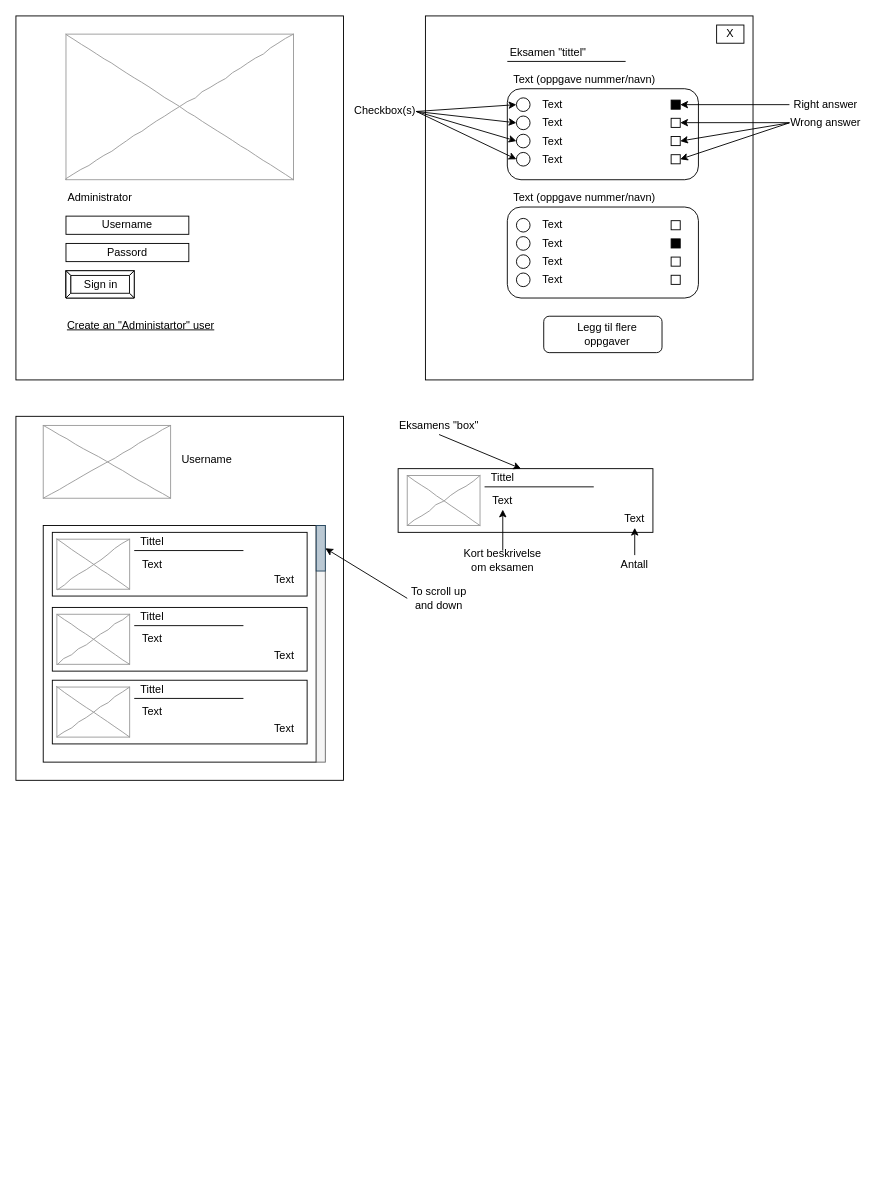
This is Oppgave_1/Oppgave_3.drawio from Hawski/Webapplikasjoner, a draw.io file, before an edit. Source tidied: cells renumbered, new cells numbered last; positions are measured from the earlier drawing's top-left corner, leaving out a move shared by most shapes. Both pictures are drawn from the tidied source at 91%, with x=0, y=0 at pixel (15, 15).
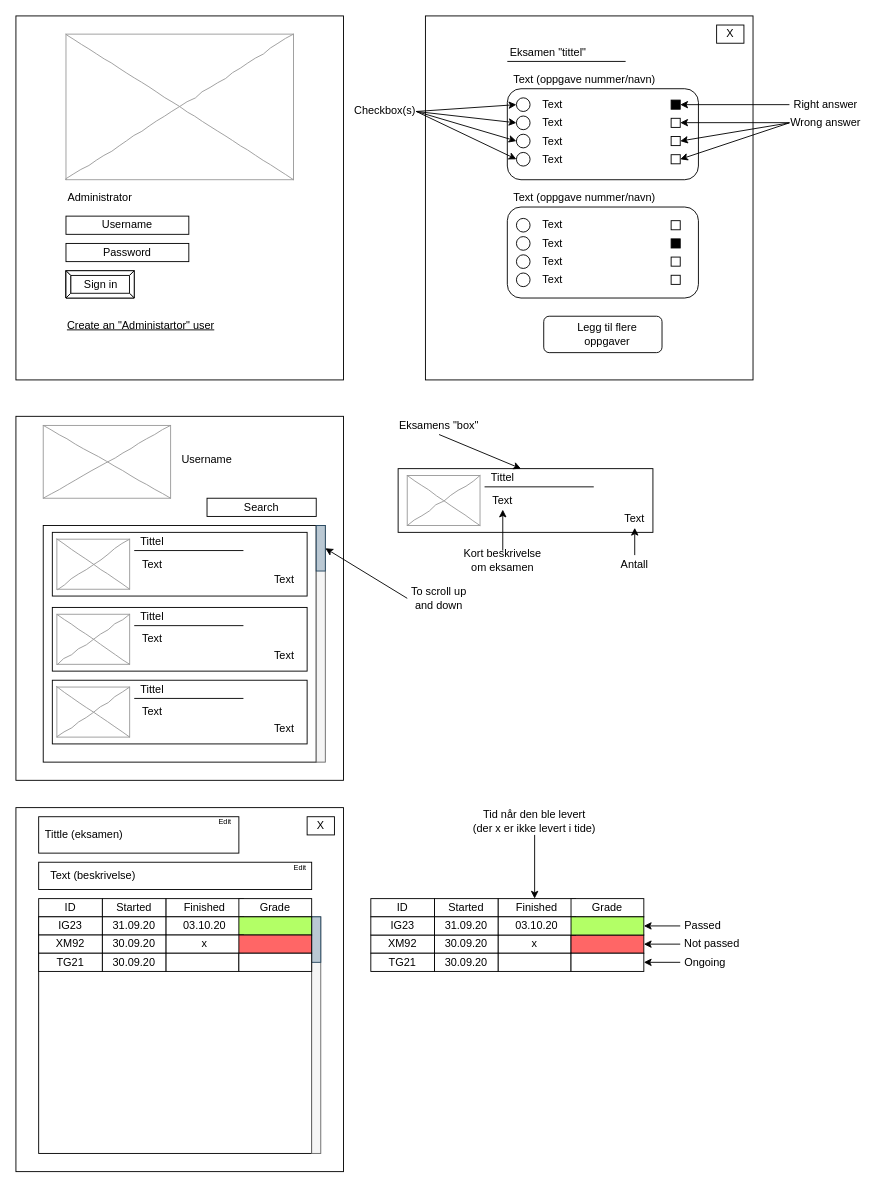
After the change.

Change to the diagram source:
```diff
@@
-    <mxCell id="6" value="Passord" style="rounded=0;whiteSpace=wrap;html=1;" parent="1" vertex="1">
+    <mxCell id="6" value="Password" style="rounded=0;whiteSpace=wrap;html=1;" parent="1" vertex="1">
       <mxGeometry x="55" y="250" width="135" height="20" as="geometry" />
     </mxCell>
@@
+    <mxCell id="92" style="rounded=0;whiteSpace=wrap;html=1;" parent="1" vertex="1">
+      <mxGeometry y="870" width="360" height="400" as="geometry" />
+    </mxCell>
+    <mxCell id="93" value="Search" style="rounded=0;whiteSpace=wrap;html=1;fillColor=#FFFFFF;" parent="1" vertex="1">
+      <mxGeometry x="210" y="530" width="120" height="20" as="geometry" />
+    </mxCell>
+    <mxCell id="94" style="rounded=0;whiteSpace=wrap;html=1;fillColor=#FFFFFF;" parent="1" vertex="1">
+      <mxGeometry x="25" y="990" width="300" height="260" as="geometry" />
+    </mxCell>
+    <mxCell id="95" style="rounded=0;whiteSpace=wrap;html=1;fillColor=#f5f5f5;strokeColor=#666666;fontColor=#333333;" parent="1" vertex="1">
+      <mxGeometry x="325" y="990" width="10" height="260" as="geometry" />
+    </mxCell>
+    <mxCell id="96" style="rounded=0;whiteSpace=wrap;html=1;fillColor=#bac8d3;strokeColor=#23445d;" parent="1" vertex="1">
+      <mxGeometry x="325" y="990" width="10" height="50" as="geometry" />
+    </mxCell>
+    <mxCell id="97" style="rounded=0;whiteSpace=wrap;html=1;fillColor=#FFFFFF;" parent="1" vertex="1">
+      <mxGeometry x="25" y="880" width="220" height="40" as="geometry" />
+    </mxCell>
+    <mxCell id="98" value="Tittle (eksamen)" style="text;html=1;strokeColor=none;fillColor=none;align=center;verticalAlign=middle;whiteSpace=wrap;rounded=0;" parent="1" vertex="1">
+      <mxGeometry x="25" y="880" width="100" height="40" as="geometry" />
+    </mxCell>
+    <mxCell id="99" value="&lt;font style=&quot;font-size: 8px&quot;&gt;Edit&lt;/font&gt;" style="text;html=1;strokeColor=none;fillColor=none;align=center;verticalAlign=middle;whiteSpace=wrap;rounded=0;" parent="1" vertex="1">
+      <mxGeometry x="215" y="880" width="30" height="10" as="geometry" />
+    </mxCell>
+    <mxCell id="100" value="ID" style="rounded=0;whiteSpace=wrap;html=1;fillColor=#FFFFFF;" parent="1" vertex="1">
+      <mxGeometry x="25" y="970" width="70" height="20" as="geometry" />
+    </mxCell>
+    <mxCell id="101" value="Started" style="rounded=0;whiteSpace=wrap;html=1;fillColor=#FFFFFF;" parent="1" vertex="1">
+      <mxGeometry x="95" y="970" width="70" height="20" as="geometry" />
+    </mxCell>
+    <mxCell id="102" value="Finished" style="rounded=0;whiteSpace=wrap;html=1;fillColor=#FFFFFF;" parent="1" vertex="1">
+      <mxGeometry x="165" y="970" width="85" height="20" as="geometry" />
+    </mxCell>
+    <mxCell id="103" value="Grade" style="rounded=0;whiteSpace=wrap;html=1;fillColor=#FFFFFF;" parent="1" vertex="1">
+      <mxGeometry x="245" y="970" width="80" height="20" as="geometry" />
+    </mxCell>
+    <mxCell id="104" value="ID" style="rounded=0;whiteSpace=wrap;html=1;fillColor=#FFFFFF;" parent="1" vertex="1">
+      <mxGeometry x="390" y="970" width="70" height="20" as="geometry" />
+    </mxCell>
+    <mxCell id="105" value="Started" style="rounded=0;whiteSpace=wrap;html=1;fillColor=#FFFFFF;" parent="1" vertex="1">
+      <mxGeometry x="460" y="970" width="70" height="20" as="geometry" />
+    </mxCell>
+    <mxCell id="106" value="Finished" style="rounded=0;whiteSpace=wrap;html=1;fillColor=#FFFFFF;" parent="1" vertex="1">
+      <mxGeometry x="530" y="970" width="85" height="20" as="geometry" />
+    </mxCell>
+    <mxCell id="107" value="Grade" style="rounded=0;whiteSpace=wrap;html=1;fillColor=#FFFFFF;" parent="1" vertex="1">
+      <mxGeometry x="610" y="970" width="80" height="20" as="geometry" />
+    </mxCell>
+    <mxCell id="108" value="IG23" style="rounded=0;whiteSpace=wrap;html=1;fillColor=#FFFFFF;" parent="1" vertex="1">
+      <mxGeometry x="25" y="990" width="70" height="20" as="geometry" />
+    </mxCell>
+    <mxCell id="109" value="31.09.20" style="rounded=0;whiteSpace=wrap;html=1;fillColor=#FFFFFF;" parent="1" vertex="1">
+      <mxGeometry x="95" y="990" width="70" height="20" as="geometry" />
+    </mxCell>
+    <mxCell id="110" value="03.10.20" style="rounded=0;whiteSpace=wrap;html=1;fillColor=#FFFFFF;" parent="1" vertex="1">
+      <mxGeometry x="165" y="990" width="85" height="20" as="geometry" />
+    </mxCell>
+    <mxCell id="111" style="rounded=0;whiteSpace=wrap;html=1;fillColor=#B3FF66;" parent="1" vertex="1">
+      <mxGeometry x="245" y="990" width="80" height="20" as="geometry" />
+    </mxCell>
+    <mxCell id="112" value="XM92" style="rounded=0;whiteSpace=wrap;html=1;fillColor=#FFFFFF;" parent="1" vertex="1">
+      <mxGeometry x="390" y="1010" width="70" height="20" as="geometry" />
+    </mxCell>
+    <mxCell id="113" value="30.09.20" style="rounded=0;whiteSpace=wrap;html=1;fillColor=#FFFFFF;" parent="1" vertex="1">
+      <mxGeometry x="460" y="1010" width="70" height="20" as="geometry" />
+    </mxCell>
+    <mxCell id="114" value="x" style="rounded=0;whiteSpace=wrap;html=1;fillColor=#FFFFFF;" parent="1" vertex="1">
+      <mxGeometry x="530" y="1010" width="80" height="20" as="geometry" />
+    </mxCell>
+    <mxCell id="115" style="rounded=0;whiteSpace=wrap;html=1;fillColor=#FF6666;" parent="1" vertex="1">
+      <mxGeometry x="610" y="1010" width="80" height="20" as="geometry" />
+    </mxCell>
+    <mxCell id="116" value="XM92" style="rounded=0;whiteSpace=wrap;html=1;fillColor=#FFFFFF;" parent="1" vertex="1">
+      <mxGeometry x="25" y="1010" width="70" height="20" as="geometry" />
+    </mxCell>
+    <mxCell id="117" value="30.09.20" style="rounded=0;whiteSpace=wrap;html=1;fillColor=#FFFFFF;" parent="1" vertex="1">
+      <mxGeometry x="95" y="1010" width="70" height="20" as="geometry" />
+    </mxCell>
+    <mxCell id="118" value="x" style="rounded=0;whiteSpace=wrap;html=1;fillColor=#FFFFFF;" parent="1" vertex="1">
+      <mxGeometry x="165" y="1010" width="85" height="20" as="geometry" />
+    </mxCell>
+    <mxCell id="119" style="rounded=0;whiteSpace=wrap;html=1;fillColor=#FF6666;" parent="1" vertex="1">
+      <mxGeometry x="245" y="1010" width="80" height="20" as="geometry" />
+    </mxCell>
+    <mxCell id="120" value="IG23" style="rounded=0;whiteSpace=wrap;html=1;fillColor=#FFFFFF;" parent="1" vertex="1">
+      <mxGeometry x="390" y="990" width="70" height="20" as="geometry" />
+    </mxCell>
+    <mxCell id="121" value="31.09.20" style="rounded=0;whiteSpace=wrap;html=1;fillColor=#FFFFFF;" parent="1" vertex="1">
+      <mxGeometry x="460" y="990" width="70" height="20" as="geometry" />
+    </mxCell>
+    <mxCell id="122" value="03.10.20" style="rounded=0;whiteSpace=wrap;html=1;fillColor=#FFFFFF;" parent="1" vertex="1">
+      <mxGeometry x="530" y="990" width="85" height="20" as="geometry" />
+    </mxCell>
+    <mxCell id="123" style="rounded=0;whiteSpace=wrap;html=1;fillColor=#B3FF66;" parent="1" vertex="1">
+      <mxGeometry x="610" y="990" width="80" height="20" as="geometry" />
+    </mxCell>
+    <mxCell id="124" value="TG21" style="rounded=0;whiteSpace=wrap;html=1;fillColor=#FFFFFF;" parent="1" vertex="1">
+      <mxGeometry x="390" y="1030" width="70" height="20" as="geometry" />
+    </mxCell>
+    <mxCell id="125" value="30.09.20" style="rounded=0;whiteSpace=wrap;html=1;fillColor=#FFFFFF;" parent="1" vertex="1">
+      <mxGeometry x="460" y="1030" width="70" height="20" as="geometry" />
+    </mxCell>
+    <mxCell id="126" style="rounded=0;whiteSpace=wrap;html=1;fillColor=#FFFFFF;" parent="1" vertex="1">
+      <mxGeometry x="530" y="1030" width="80" height="20" as="geometry" />
+    </mxCell>
+    <mxCell id="127" style="rounded=0;whiteSpace=wrap;html=1;" parent="1" vertex="1">
+      <mxGeometry x="610" y="1030" width="80" height="20" as="geometry" />
+    </mxCell>
+    <mxCell id="128" value="TG21" style="rounded=0;whiteSpace=wrap;html=1;fillColor=#FFFFFF;" parent="1" vertex="1">
+      <mxGeometry x="25" y="1030" width="70" height="20" as="geometry" />
+    </mxCell>
+    <mxCell id="129" value="30.09.20" style="rounded=0;whiteSpace=wrap;html=1;fillColor=#FFFFFF;" parent="1" vertex="1">
+      <mxGeometry x="95" y="1030" width="70" height="20" as="geometry" />
+    </mxCell>
+    <mxCell id="130" style="rounded=0;whiteSpace=wrap;html=1;fillColor=#FFFFFF;" parent="1" vertex="1">
+      <mxGeometry x="165" y="1030" width="80" height="20" as="geometry" />
+    </mxCell>
+    <mxCell id="131" style="rounded=0;whiteSpace=wrap;html=1;" parent="1" vertex="1">
+      <mxGeometry x="245" y="1030" width="80" height="20" as="geometry" />
+    </mxCell>
+    <mxCell id="132" style="endArrow=classic;html=1;entryX=1;entryY=0.5;entryDx=0;entryDy=0;exitX=0;exitY=0.5;exitDx=0;exitDy=0;" parent="1" edge="1" source="133" target="123">
+      <mxGeometry relative="1" as="geometry" />
+    </mxCell>
+    <mxCell id="133" value="Passed" style="text;html=1;strokeColor=none;fillColor=none;align=center;verticalAlign=middle;whiteSpace=wrap;rounded=0;" parent="1" vertex="1">
+      <mxGeometry x="730" y="990" width="50" height="20" as="geometry" />
+    </mxCell>
+    <mxCell id="134" value="Not passed" style="text;html=1;strokeColor=none;fillColor=none;align=center;verticalAlign=middle;whiteSpace=wrap;rounded=0;" parent="1" vertex="1">
+      <mxGeometry x="730" y="1010" width="70" height="20" as="geometry" />
+    </mxCell>
+    <mxCell id="135" style="endArrow=classic;html=1;entryX=1;entryY=0.5;entryDx=0;entryDy=0;exitX=0;exitY=0.5;exitDx=0;exitDy=0;" parent="1" edge="1" source="134" target="115">
+      <mxGeometry relative="1" as="geometry" />
+    </mxCell>
+    <mxCell id="136" style="endArrow=classic;html=1;entryX=1;entryY=0.5;entryDx=0;entryDy=0;exitX=0;exitY=0.5;exitDx=0;exitDy=0;" parent="1" edge="1" source="137" target="127">
+      <mxGeometry relative="1" as="geometry" />
+    </mxCell>
+    <mxCell id="137" value="Ongoing" style="text;html=1;strokeColor=none;fillColor=none;align=center;verticalAlign=middle;whiteSpace=wrap;rounded=0;" parent="1" vertex="1">
+      <mxGeometry x="730" y="1030" width="55" height="20" as="geometry" />
+    </mxCell>
+    <mxCell id="138" style="endArrow=classic;html=1;exitX=0.5;exitY=1;exitDx=0;exitDy=0;" parent="1" edge="1" source="139">
+      <mxGeometry relative="1" as="geometry">
+        <mxPoint x="570" y="970" as="targetPoint" />
+      </mxGeometry>
+    </mxCell>
+    <mxCell id="139" value="Tid når den ble levert &lt;br&gt;(der x er ikke levert i tide)" style="text;html=1;strokeColor=none;fillColor=none;align=center;verticalAlign=middle;whiteSpace=wrap;rounded=0;" parent="1" vertex="1">
+      <mxGeometry x="490" y="870" width="160" height="30" as="geometry" />
+    </mxCell>
+    <mxCell id="140" style="rounded=0;whiteSpace=wrap;html=1;" parent="1" vertex="1">
+      <mxGeometry x="25" y="930" width="300" height="30" as="geometry" />
+    </mxCell>
+    <mxCell id="141" value="Text (beskrivelse)" style="text;html=1;strokeColor=none;fillColor=none;align=center;verticalAlign=middle;whiteSpace=wrap;rounded=0;" parent="1" vertex="1">
+      <mxGeometry x="30" y="935" width="110" height="20" as="geometry" />
+    </mxCell>
+    <mxCell id="142" value="&lt;font style=&quot;font-size: 8px&quot;&gt;Edit&lt;/font&gt;" style="text;html=1;strokeColor=none;fillColor=none;align=center;verticalAlign=middle;whiteSpace=wrap;rounded=0;" parent="1" vertex="1">
+      <mxGeometry x="300" y="930" width="25" height="10" as="geometry" />
+    </mxCell>
+    <mxCell id="143" value="X" style="rounded=0;whiteSpace=wrap;html=1;fillColor=#FFFFFF;" parent="1" vertex="1">
+      <mxGeometry x="320" y="880" width="30" height="20" as="geometry" />
+    </mxCell>
```
